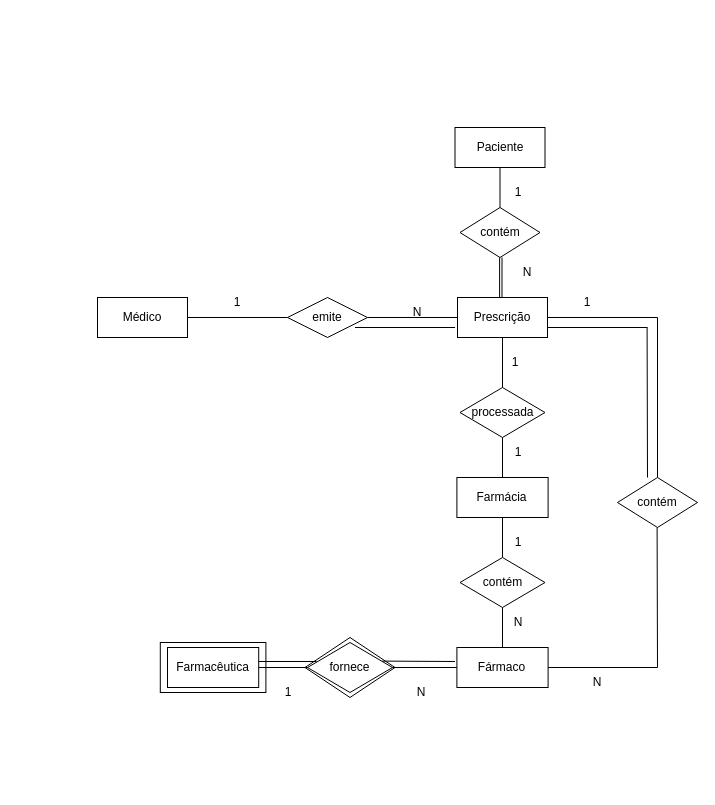
This is DiagramaEx2.drawio from rtavares018/BD, a draw.io file, before an edit. Source tidied: cells renumbered, new cells numbered last; positions are measured from the earlier drawing's top-left corner, leaving out a move shared by most shapes. Both pictures are drawn from the tidied source at 100%, with x=0, y=0 at pixel (97, 127).
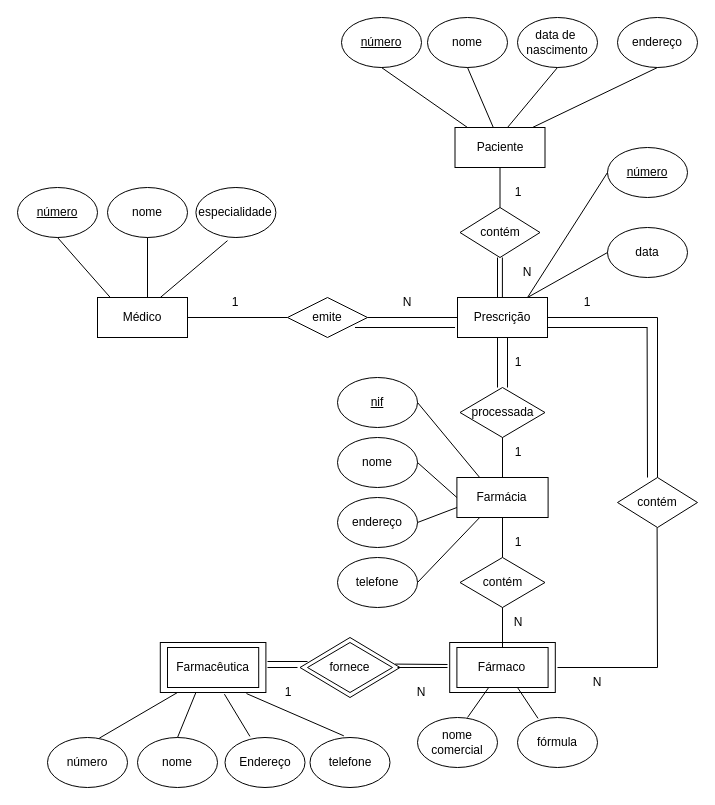
Above is the later version.

Unchanged cells that the change refers to:
```xml
<mxCell id="3" style="rounded=0;whiteSpace=wrap;html=1;" parent="1" vertex="1">
  <mxGeometry x="62.8" y="515" width="105.6" height="50" as="geometry" />
</mxCell>
<mxCell id="4" value="&lt;font style=&quot;font-size: 12px;&quot;&gt;fornece&lt;/font&gt;" style="rhombus;whiteSpace=wrap;html=1;" parent="1" vertex="1">
  <mxGeometry x="210" y="515" width="85" height="50" as="geometry" />
</mxCell>
<mxCell id="5" value="&lt;font style=&quot;font-size: 12px;&quot;&gt;Prescrição&lt;/font&gt;" style="rounded=0;whiteSpace=wrap;html=1;" parent="1" vertex="1">
  <mxGeometry x="360" y="170" width="90" height="40" as="geometry" />
</mxCell>
<mxCell id="11" value="N" style="text;html=1;align=center;verticalAlign=middle;whiteSpace=wrap;rounded=0;" parent="1" vertex="1">
  <mxGeometry x="400" y="130" width="60" height="30" as="geometry" />
</mxCell>
<mxCell id="12" value="Farmácia" style="rounded=0;whiteSpace=wrap;html=1;" parent="1" vertex="1">
  <mxGeometry x="359.4" y="350" width="91.2" height="40" as="geometry" />
</mxCell>
<mxCell id="13" value="&lt;font style=&quot;font-size: 12px;&quot;&gt;processada&lt;/font&gt;" style="rhombus;whiteSpace=wrap;html=1;" parent="1" vertex="1">
  <mxGeometry x="362.5" y="260" width="85" height="50" as="geometry" />
</mxCell>
<mxCell id="18" value="Fármaco" style="rounded=0;whiteSpace=wrap;html=1;" parent="1" vertex="1">
  <mxGeometry x="359.4" y="520" width="91.2" height="40" as="geometry" />
</mxCell>
<mxCell id="24" value="Farmacêutica" style="rounded=0;whiteSpace=wrap;html=1;" parent="1" vertex="1">
  <mxGeometry x="70" y="520" width="91.2" height="40" as="geometry" />
</mxCell>
<mxCell id="38" value="&lt;font style=&quot;font-size: 12px;&quot;&gt;Paciente&lt;/font&gt;" style="rounded=0;whiteSpace=wrap;html=1;" parent="1" vertex="1">
  <mxGeometry x="357.5" width="90" height="40" as="geometry" />
</mxCell>
```

Change to the diagram source:
```diff
@@
+    <mxCell id="48" style="rounded=0;whiteSpace=wrap;html=1;" parent="1" vertex="1">
+      <mxGeometry x="352.2" y="515" width="105.6" height="50" as="geometry" />
+    </mxCell>
     <mxCell id="2" style="rhombus;whiteSpace=wrap;html=1;" parent="1" vertex="1">
-      <mxGeometry x="207.5" y="510" width="90" height="60" as="geometry" />
+      <mxGeometry x="202.5" y="510" width="100" height="60" as="geometry" />
     </mxCell>
@@
     <mxCell id="9" value="1" style="text;html=1;align=center;verticalAlign=middle;whiteSpace=wrap;rounded=0;" parent="1" vertex="1">
-      <mxGeometry x="110" y="160" width="60" height="30" as="geometry" />
+      <mxGeometry x="108.4" y="160" width="60" height="30" as="geometry" />
     </mxCell>
@@
-    <mxCell id="14" style="endArrow=none;html=1;rounded=0;entryX=0.5;entryY=1;entryDx=0;entryDy=0;exitX=0.5;exitY=0;exitDx=0;exitDy=0;" parent="1" edge="1" source="13" target="5">
-      <mxGeometry relative="1" as="geometry" />
+    <mxCell id="14" style="endArrow=none;html=1;rounded=0;entryX=0.5;entryY=1;entryDx=0;entryDy=0;exitX=0.5;exitY=0;exitDx=0;exitDy=0;" parent="1" edge="1">
+      <mxGeometry relative="1" as="geometry">
+        <mxPoint x="400" y="260" as="sourcePoint" />
+        <mxPoint x="400" y="210" as="targetPoint" />
+      </mxGeometry>
     </mxCell>
@@
     <mxCell id="16" value="1" style="text;html=1;align=center;verticalAlign=middle;whiteSpace=wrap;rounded=0;" parent="1" vertex="1">
-      <mxGeometry x="387.5" y="220" width="60" height="30" as="geometry" />
+      <mxGeometry x="391.2" y="220" width="60" height="30" as="geometry" />
     </mxCell>
@@
-    <mxCell id="25" style="endArrow=none;html=1;rounded=0;exitX=1;exitY=0.5;exitDx=0;exitDy=0;entryX=0;entryY=0.5;entryDx=0;entryDy=0;" parent="1" edge="1" source="24" target="4">
-      <mxGeometry relative="1" as="geometry" />
+    <mxCell id="25" style="endArrow=none;html=1;rounded=0;" parent="1" edge="1">
+      <mxGeometry relative="1" as="geometry">
+        <mxPoint x="170" y="540" as="sourcePoint" />
+        <mxPoint x="200" y="540" as="targetPoint" />
+      </mxGeometry>
     </mxCell>
-    <mxCell id="26" style="endArrow=none;html=1;rounded=0;entryX=0;entryY=0.5;entryDx=0;entryDy=0;exitX=1;exitY=0.5;exitDx=0;exitDy=0;" parent="1" edge="1" source="4" target="18">
-      <mxGeometry relative="1" as="geometry" />
+    <mxCell id="26" style="endArrow=none;html=1;rounded=0;" parent="1" edge="1">
+      <mxGeometry relative="1" as="geometry">
+        <mxPoint x="300" y="540" as="sourcePoint" />
+        <mxPoint x="350" y="540" as="targetPoint" />
+      </mxGeometry>
     </mxCell>
@@
-    <mxCell id="33" style="endArrow=none;html=1;rounded=0;exitX=1;exitY=0.5;exitDx=0;exitDy=0;" parent="1" edge="1" source="18">
+    <mxCell id="33" style="endArrow=none;html=1;rounded=0;" parent="1" edge="1">
       <mxGeometry relative="1" as="geometry">
+        <mxPoint x="460" y="540" as="sourcePoint" />
         <mxPoint x="560" y="540" as="targetPoint" />
       </mxGeometry>
     </mxCell>
@@
-    <mxCell id="41" style="endArrow=none;html=1;rounded=0;entryX=0.5;entryY=1;entryDx=0;entryDy=0;exitX=0.5;exitY=0;exitDx=0;exitDy=0;" parent="1" edge="1">
+    <mxCell id="41" style="endArrow=none;html=1;rounded=0;exitX=0.5;exitY=0;exitDx=0;exitDy=0;entryX=0;entryY=0;entryDx=0;entryDy=0;" parent="1" edge="1" target="11">
       <mxGeometry relative="1" as="geometry">
-        <mxPoint x="402.1" y="170" as="sourcePoint" />
-        <mxPoint x="402.1" y="130" as="targetPoint" />
+        <mxPoint x="400" y="170" as="sourcePoint" />
       </mxGeometry>
     </mxCell>
@@
     <mxCell id="43" value="N" style="text;html=1;align=center;verticalAlign=middle;whiteSpace=wrap;rounded=0;" parent="1" vertex="1">
-      <mxGeometry x="290" y="170" width="60" height="30" as="geometry" />
+      <mxGeometry x="280" y="160" width="60" height="30" as="geometry" />
     </mxCell>
-    <mxCell id="44" style="endArrow=none;html=1;rounded=0;exitX=1;exitY=0.75;exitDx=0;exitDy=0;entryX=0;entryY=0.5;entryDx=0;entryDy=0;" parent="1" edge="1">
+    <mxCell id="44" style="endArrow=none;html=1;rounded=0;" parent="1" edge="1">
       <mxGeometry relative="1" as="geometry">
-        <mxPoint x="161.3" y="534" as="sourcePoint" />
-        <mxPoint x="219" y="534" as="targetPoint" />
+        <mxPoint x="170" y="534" as="sourcePoint" />
+        <mxPoint x="210" y="534" as="targetPoint" />
       </mxGeometry>
     </mxCell>
-    <mxCell id="45" style="endArrow=none;html=1;rounded=0;entryX=0;entryY=0.5;entryDx=0;entryDy=0;exitX=0.879;exitY=0.372;exitDx=0;exitDy=0;exitPerimeter=0;" parent="1" edge="1" source="4">
+    <mxCell id="45" style="endArrow=none;html=1;rounded=0;exitX=0.951;exitY=0.443;exitDx=0;exitDy=0;exitPerimeter=0;" parent="1" edge="1" source="2">
       <mxGeometry relative="1" as="geometry">
-        <mxPoint x="357.5" y="534" as="targetPoint" />
+        <mxPoint x="350" y="537" as="targetPoint" />
       </mxGeometry>
     </mxCell>
@@
     <mxCell id="47" style="endArrow=none;html=1;rounded=0;entryX=0.5;entryY=1;entryDx=0;entryDy=0;exitX=0.5;exitY=0;exitDx=0;exitDy=0;" parent="1" edge="1">
       <mxGeometry relative="1" as="geometry">
-        <mxPoint x="404.5" y="170" as="sourcePoint" />
-        <mxPoint x="404.5" y="130" as="targetPoint" />
+        <mxPoint x="404.9" y="170" as="sourcePoint" />
+        <mxPoint x="404.9" y="130" as="targetPoint" />
       </mxGeometry>
     </mxCell>
+    <mxCell id="49" style="endArrow=none;html=1;rounded=0;entryX=0.5;entryY=1;entryDx=0;entryDy=0;exitX=0.5;exitY=0;exitDx=0;exitDy=0;" parent="1" edge="1">
+      <mxGeometry relative="1" as="geometry">
+        <mxPoint x="410" y="260" as="sourcePoint" />
+        <mxPoint x="410" y="210" as="targetPoint" />
+      </mxGeometry>
+    </mxCell>
+    <mxCell id="50" value="&lt;u&gt;número&lt;/u&gt;" style="ellipse;whiteSpace=wrap;html=1;" parent="1" vertex="1">
+      <mxGeometry x="510" y="20" width="80" height="50" as="geometry" />
+    </mxCell>
+    <mxCell id="51" value="data" style="ellipse;whiteSpace=wrap;html=1;" parent="1" vertex="1">
+      <mxGeometry x="510" y="100" width="80" height="50" as="geometry" />
+    </mxCell>
+    <mxCell id="52" style="endArrow=none;html=1;rounded=0;entryX=0;entryY=0.5;entryDx=0;entryDy=0;" parent="1" edge="1" target="50">
+      <mxGeometry relative="1" as="geometry">
+        <mxPoint x="430" y="170" as="sourcePoint" />
+      </mxGeometry>
+    </mxCell>
+    <mxCell id="53" style="endArrow=none;html=1;rounded=0;entryX=0;entryY=0.5;entryDx=0;entryDy=0;" parent="1" edge="1" target="51">
+      <mxGeometry relative="1" as="geometry">
+        <mxPoint x="430" y="170" as="sourcePoint" />
+      </mxGeometry>
+    </mxCell>
+    <mxCell id="54" value="especialidade" style="ellipse;whiteSpace=wrap;html=1;" parent="1" vertex="1">
+      <mxGeometry x="98.4" y="60" width="80" height="50" as="geometry" />
+    </mxCell>
+    <mxCell id="55" value="nome" style="ellipse;whiteSpace=wrap;html=1;" parent="1" vertex="1">
+      <mxGeometry x="10" y="60" width="80" height="50" as="geometry" />
+    </mxCell>
+    <mxCell id="56" value="&lt;u&gt;número&lt;/u&gt;" style="ellipse;whiteSpace=wrap;html=1;" parent="1" vertex="1">
+      <mxGeometry x="-80" y="60" width="80" height="50" as="geometry" />
+    </mxCell>
+    <mxCell id="57" style="endArrow=none;html=1;rounded=0;entryX=0.5;entryY=1;entryDx=0;entryDy=0;" parent="1" edge="1" target="56">
+      <mxGeometry relative="1" as="geometry">
+        <mxPoint x="12.8" y="170" as="sourcePoint" />
+      </mxGeometry>
+    </mxCell>
+    <mxCell id="58" style="endArrow=none;html=1;rounded=0;" parent="1" edge="1" target="55">
+      <mxGeometry relative="1" as="geometry">
+        <mxPoint x="50" y="170" as="sourcePoint" />
+      </mxGeometry>
+    </mxCell>
+    <mxCell id="59" style="endArrow=none;html=1;rounded=0;entryX=0.395;entryY=1.063;entryDx=0;entryDy=0;entryPerimeter=0;" parent="1" edge="1" target="54">
+      <mxGeometry relative="1" as="geometry">
+        <mxPoint x="62.8" y="170" as="sourcePoint" />
+      </mxGeometry>
+    </mxCell>
+    <mxCell id="60" value="endereço" style="ellipse;whiteSpace=wrap;html=1;" parent="1" vertex="1">
+      <mxGeometry x="520" y="-110" width="80" height="50" as="geometry" />
+    </mxCell>
+    <mxCell id="61" value="data de&amp;nbsp;&lt;br&gt;nascimento" style="ellipse;whiteSpace=wrap;html=1;" parent="1" vertex="1">
+      <mxGeometry x="420" y="-110" width="80" height="50" as="geometry" />
+    </mxCell>
+    <mxCell id="62" value="nome" style="ellipse;whiteSpace=wrap;html=1;" parent="1" vertex="1">
+      <mxGeometry x="330" y="-110" width="80" height="50" as="geometry" />
+    </mxCell>
+    <mxCell id="63" value="&lt;u&gt;número&lt;/u&gt;" style="ellipse;whiteSpace=wrap;html=1;" parent="1" vertex="1">
+      <mxGeometry x="244" y="-110" width="80" height="50" as="geometry" />
+    </mxCell>
+    <mxCell id="64" style="endArrow=none;html=1;rounded=0;entryX=0.5;entryY=1;entryDx=0;entryDy=0;" parent="1" edge="1" target="63">
+      <mxGeometry relative="1" as="geometry">
+        <mxPoint x="370" as="sourcePoint" />
+      </mxGeometry>
+    </mxCell>
+    <mxCell id="65" style="endArrow=none;html=1;rounded=0;entryX=0.5;entryY=1;entryDx=0;entryDy=0;exitX=0.427;exitY=0.007;exitDx=0;exitDy=0;exitPerimeter=0;" parent="1" edge="1" source="38" target="62">
+      <mxGeometry relative="1" as="geometry" />
+    </mxCell>
+    <mxCell id="66" style="endArrow=none;html=1;rounded=0;entryX=0.5;entryY=1;entryDx=0;entryDy=0;" parent="1" edge="1" target="61">
+      <mxGeometry relative="1" as="geometry">
+        <mxPoint x="410" as="sourcePoint" />
+      </mxGeometry>
+    </mxCell>
+    <mxCell id="67" style="endArrow=none;html=1;rounded=0;entryX=0.5;entryY=1;entryDx=0;entryDy=0;" parent="1" edge="1" target="60">
+      <mxGeometry relative="1" as="geometry">
+        <mxPoint x="435" as="sourcePoint" />
+      </mxGeometry>
+    </mxCell>
+    <mxCell id="68" value="nome&lt;br&gt;comercial" style="ellipse;whiteSpace=wrap;html=1;" parent="1" vertex="1">
+      <mxGeometry x="320" y="590" width="80" height="50" as="geometry" />
+    </mxCell>
+    <mxCell id="69" value="fórmula" style="ellipse;whiteSpace=wrap;html=1;" parent="1" vertex="1">
+      <mxGeometry x="420" y="590" width="80" height="50" as="geometry" />
+    </mxCell>
+    <mxCell id="70" style="endArrow=none;html=1;rounded=0;" parent="1" edge="1">
+      <mxGeometry relative="1" as="geometry">
+        <mxPoint x="370" y="590" as="sourcePoint" />
+        <mxPoint x="391.2" y="560" as="targetPoint" />
+      </mxGeometry>
+    </mxCell>
+    <mxCell id="71" style="endArrow=none;html=1;rounded=0;exitX=0.257;exitY=0.019;exitDx=0;exitDy=0;exitPerimeter=0;" parent="1" edge="1" source="69">
+      <mxGeometry relative="1" as="geometry">
+        <mxPoint x="420" y="560" as="targetPoint" />
+      </mxGeometry>
+    </mxCell>
+    <mxCell id="72" value="telefone" style="ellipse;whiteSpace=wrap;html=1;" parent="1" vertex="1">
+      <mxGeometry x="212.5" y="610" width="80" height="50" as="geometry" />
+    </mxCell>
+    <mxCell id="73" value="Endereço" style="ellipse;whiteSpace=wrap;html=1;" parent="1" vertex="1">
+      <mxGeometry x="127.5" y="610" width="80" height="50" as="geometry" />
+    </mxCell>
+    <mxCell id="74" value="nome" style="ellipse;whiteSpace=wrap;html=1;" parent="1" vertex="1">
+      <mxGeometry x="40" y="610" width="80" height="50" as="geometry" />
+    </mxCell>
+    <mxCell id="75" value="número" style="ellipse;whiteSpace=wrap;html=1;" parent="1" vertex="1">
+      <mxGeometry x="-50" y="610" width="80" height="50" as="geometry" />
+    </mxCell>
+    <mxCell id="76" style="endArrow=none;html=1;rounded=0;exitX=0.647;exitY=0.014;exitDx=0;exitDy=0;exitPerimeter=0;" parent="1" edge="1" source="75">
+      <mxGeometry relative="1" as="geometry">
+        <mxPoint x="80" y="565" as="targetPoint" />
+      </mxGeometry>
+    </mxCell>
+    <mxCell id="77" style="endArrow=none;html=1;rounded=0;exitX=0.5;exitY=0;exitDx=0;exitDy=0;" parent="1" edge="1" source="74">
+      <mxGeometry relative="1" as="geometry">
+        <mxPoint x="98.4" y="565" as="targetPoint" />
+      </mxGeometry>
+    </mxCell>
+    <mxCell id="78" style="endArrow=none;html=1;rounded=0;exitX=0.312;exitY=-0.021;exitDx=0;exitDy=0;exitPerimeter=0;entryX=0.624;entryY=1.166;entryDx=0;entryDy=0;entryPerimeter=0;" parent="1" edge="1" source="73" target="24">
+      <mxGeometry relative="1" as="geometry" />
+    </mxCell>
+    <mxCell id="79" style="endArrow=none;html=1;rounded=0;entryX=0.816;entryY=1.021;entryDx=0;entryDy=0;entryPerimeter=0;exitX=0.423;exitY=-0.033;exitDx=0;exitDy=0;exitPerimeter=0;" parent="1" edge="1" source="72" target="3">
+      <mxGeometry relative="1" as="geometry" />
+    </mxCell>
+    <mxCell id="80" value="&lt;u&gt;nif&lt;/u&gt;" style="ellipse;whiteSpace=wrap;html=1;" parent="1" vertex="1">
+      <mxGeometry x="240" y="250" width="80" height="50" as="geometry" />
+    </mxCell>
+    <mxCell id="81" value="nome" style="ellipse;whiteSpace=wrap;html=1;" parent="1" vertex="1">
+      <mxGeometry x="240" y="310" width="80" height="50" as="geometry" />
+    </mxCell>
+    <mxCell id="82" value="endereço" style="ellipse;whiteSpace=wrap;html=1;" parent="1" vertex="1">
+      <mxGeometry x="240" y="370" width="80" height="50" as="geometry" />
+    </mxCell>
+    <mxCell id="83" value="telefone" style="ellipse;whiteSpace=wrap;html=1;" parent="1" vertex="1">
+      <mxGeometry x="240" y="430" width="80" height="50" as="geometry" />
+    </mxCell>
+    <mxCell id="84" style="endArrow=none;html=1;rounded=0;exitX=1;exitY=0.5;exitDx=0;exitDy=0;entryX=0.25;entryY=0;entryDx=0;entryDy=0;" parent="1" edge="1" source="80" target="12">
+      <mxGeometry relative="1" as="geometry" />
+    </mxCell>
+    <mxCell id="85" style="endArrow=none;html=1;rounded=0;entryX=0.25;entryY=1;entryDx=0;entryDy=0;exitX=1;exitY=0.5;exitDx=0;exitDy=0;" parent="1" edge="1" source="83" target="12">
+      <mxGeometry relative="1" as="geometry" />
+    </mxCell>
+    <mxCell id="86" style="endArrow=none;html=1;rounded=0;entryX=0;entryY=0.75;entryDx=0;entryDy=0;exitX=1;exitY=0.5;exitDx=0;exitDy=0;" parent="1" edge="1" source="82" target="12">
+      <mxGeometry relative="1" as="geometry" />
+    </mxCell>
+    <mxCell id="87" style="endArrow=none;html=1;rounded=0;entryX=0;entryY=0.5;entryDx=0;entryDy=0;exitX=1;exitY=0.5;exitDx=0;exitDy=0;" parent="1" edge="1" source="81" target="12">
+      <mxGeometry relative="1" as="geometry" />
+    </mxCell>
```
